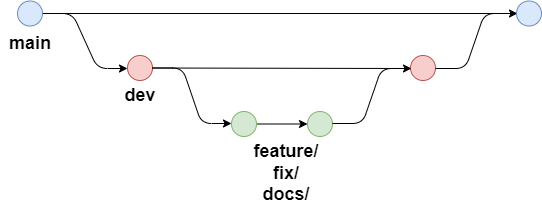
emmo-repo/domain-electrochemistry keeps this draw.io diagram as .github/img/branch-schematic.png. Above is the earlier version. Source tidied: cells renumbered, new cells last; positions are measured from the earlier drawing's top-left corner, leaving out a move shared by most shapes.
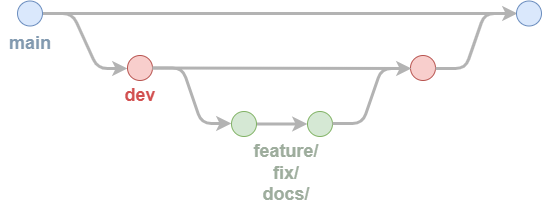
Above is the later version.

What changed in the source:
```diff
@@ -2,13 +2,13 @@
   <root>
     <mxCell id="0" />
     <mxCell id="1" parent="0" />
-    <mxCell id="2" value="main" style="text;html=1;align=center;verticalAlign=middle;whiteSpace=wrap;rounded=0;fontStyle=1;fontSize=18;" parent="1" vertex="1">
+    <mxCell id="2" value="&lt;font style=&quot;color: rgb(130, 154, 176);&quot;&gt;main&lt;/font&gt;" style="text;html=1;align=center;verticalAlign=middle;whiteSpace=wrap;rounded=0;fontStyle=1;fontSize=18;" parent="1" vertex="1">
       <mxGeometry x="0.5" y="45" width="60" height="30" as="geometry" />
     </mxCell>
-    <mxCell id="3" value="dev" style="text;html=1;align=center;verticalAlign=middle;whiteSpace=wrap;rounded=0;fontStyle=1;fontSize=18;" parent="1" vertex="1">
+    <mxCell id="3" value="&lt;font style=&quot;color: rgb(210, 80, 80);&quot;&gt;dev&lt;/font&gt;" style="text;html=1;align=center;verticalAlign=middle;whiteSpace=wrap;rounded=0;fontStyle=1;fontSize=18;" parent="1" vertex="1">
       <mxGeometry x="110.5" y="95" width="60" height="33" as="geometry" />
     </mxCell>
-    <mxCell id="4" style="endArrow=classic;html=1;rounded=1;edgeStyle=entityRelationEdgeStyle;exitX=1;exitY=0.5;exitDx=0;exitDy=0;endFill=1;" parent="1" edge="1" source="7">
+    <mxCell id="4" style="endArrow=classic;html=1;rounded=1;edgeStyle=entityRelationEdgeStyle;exitX=1;exitY=0.5;exitDx=0;exitDy=0;endFill=1;strokeColor=#B3B3B3;strokeWidth=3;" parent="1" edge="1" source="7">
       <mxGeometry relative="1" as="geometry">
         <mxPoint x="128" y="85" as="targetPoint" />
         <Array as="points">
@@ -16,10 +16,10 @@
         </Array>
       </mxGeometry>
     </mxCell>
-    <mxCell id="5" value="feature/&lt;div&gt;fix/&lt;/div&gt;&lt;div&gt;docs/&lt;/div&gt;" style="text;html=1;align=center;verticalAlign=middle;whiteSpace=wrap;rounded=0;fontStyle=1;fontSize=18;" parent="1" vertex="1">
+    <mxCell id="5" value="&lt;font style=&quot;color: rgb(158, 173, 157);&quot;&gt;feature/&lt;/font&gt;&lt;div&gt;&lt;font style=&quot;color: rgb(158, 173, 157);&quot;&gt;fix/&lt;/font&gt;&lt;/div&gt;&lt;div&gt;&lt;font style=&quot;color: rgb(158, 173, 157);&quot;&gt;docs/&lt;/font&gt;&lt;/div&gt;" style="text;html=1;align=center;verticalAlign=middle;whiteSpace=wrap;rounded=0;fontStyle=1;fontSize=18;fontColor=light-dark(#82b366, #EDEDED);" parent="1" vertex="1">
       <mxGeometry x="257" y="175" width="60" height="30" as="geometry" />
     </mxCell>
-    <mxCell id="6" style="edgeStyle=none;html=1;exitX=1;exitY=0.5;exitDx=0;exitDy=0;" parent="1" edge="1" source="7">
+    <mxCell id="6" style="edgeStyle=none;html=1;exitX=1;exitY=0.5;exitDx=0;exitDy=0;strokeColor=#B3B3B3;strokeWidth=3;" parent="1" edge="1" source="7">
       <mxGeometry relative="1" as="geometry">
         <mxPoint x="518" y="30" as="targetPoint" />
       </mxGeometry>
@@ -27,7 +27,7 @@
     <mxCell id="7" style="ellipse;whiteSpace=wrap;html=1;fillColor=#dae8fc;strokeColor=#6c8ebf;" parent="1" vertex="1">
       <mxGeometry x="18" y="17.5" width="25" height="25" as="geometry" />
     </mxCell>
-    <mxCell id="8" style="edgeStyle=none;html=1;exitX=1;exitY=0.5;exitDx=0;exitDy=0;entryX=0;entryY=0.5;entryDx=0;entryDy=0;" parent="1" edge="1" source="9" target="10">
+    <mxCell id="8" style="edgeStyle=none;html=1;exitX=1;exitY=0.5;exitDx=0;exitDy=0;entryX=0;entryY=0.5;entryDx=0;entryDy=0;strokeColor=#B3B3B3;strokeWidth=3;" parent="1" edge="1" source="9" target="10">
       <mxGeometry relative="1" as="geometry" />
     </mxCell>
     <mxCell id="9" style="ellipse;whiteSpace=wrap;html=1;fillColor=#d5e8d4;strokeColor=#82b366;" parent="1" vertex="1">
@@ -45,7 +45,7 @@
     <mxCell id="13" style="ellipse;whiteSpace=wrap;html=1;fillColor=#f8cecc;strokeColor=#b85450;" parent="1" vertex="1">
       <mxGeometry x="128" y="72" width="25" height="25" as="geometry" />
     </mxCell>
-    <mxCell id="14" style="endArrow=classic;html=1;rounded=1;edgeStyle=entityRelationEdgeStyle;endFill=1;exitX=1;exitY=0.5;exitDx=0;exitDy=0;" parent="1" edge="1" source="13">
+    <mxCell id="14" style="endArrow=classic;html=1;rounded=1;edgeStyle=entityRelationEdgeStyle;endFill=1;exitX=1;exitY=0.5;exitDx=0;exitDy=0;strokeColor=#B3B3B3;strokeWidth=3;" parent="1" edge="1" source="13">
       <mxGeometry relative="1" as="geometry">
         <mxPoint x="232" y="140" as="targetPoint" />
         <Array as="points">
@@ -53,7 +53,7 @@
         </Array>
       </mxGeometry>
     </mxCell>
-    <mxCell id="15" style="endArrow=classic;html=1;rounded=1;edgeStyle=entityRelationEdgeStyle;endFill=1;exitX=1;exitY=0.5;exitDx=0;exitDy=0;" parent="1" edge="1">
+    <mxCell id="15" style="endArrow=classic;html=1;rounded=1;edgeStyle=entityRelationEdgeStyle;endFill=1;exitX=1;exitY=0.5;exitDx=0;exitDy=0;strokeColor=#B3B3B3;strokeWidth=3;" parent="1" edge="1">
       <mxGeometry relative="1" as="geometry">
         <mxPoint x="333" y="140" as="sourcePoint" />
         <mxPoint x="412" y="85" as="targetPoint" />
@@ -62,7 +62,7 @@
         </Array>
       </mxGeometry>
     </mxCell>
-    <mxCell id="16" style="endArrow=none;html=1;rounded=1;edgeStyle=entityRelationEdgeStyle;endFill=0;exitX=1;exitY=0.5;exitDx=0;exitDy=0;" parent="1" edge="1">
+    <mxCell id="16" style="endArrow=none;html=1;rounded=1;edgeStyle=entityRelationEdgeStyle;endFill=0;exitX=1;exitY=0.5;exitDx=0;exitDy=0;strokeColor=#B3B3B3;strokeWidth=3;" parent="1" edge="1">
       <mxGeometry relative="1" as="geometry">
         <mxPoint x="436" y="85" as="sourcePoint" />
         <mxPoint x="515" y="30" as="targetPoint" />
@@ -71,7 +71,7 @@
         </Array>
       </mxGeometry>
     </mxCell>
-    <mxCell id="17" style="edgeStyle=none;html=1;exitX=1;exitY=0.5;exitDx=0;exitDy=0;endArrow=none;endFill=0;" parent="1" edge="1" source="13">
+    <mxCell id="17" style="edgeStyle=none;html=1;exitX=1;exitY=0.5;exitDx=0;exitDy=0;endArrow=none;endFill=0;strokeColor=#B3B3B3;strokeWidth=3;" parent="1" edge="1" source="13">
       <mxGeometry relative="1" as="geometry">
         <mxPoint x="408" y="85" as="targetPoint" />
       </mxGeometry>
```
